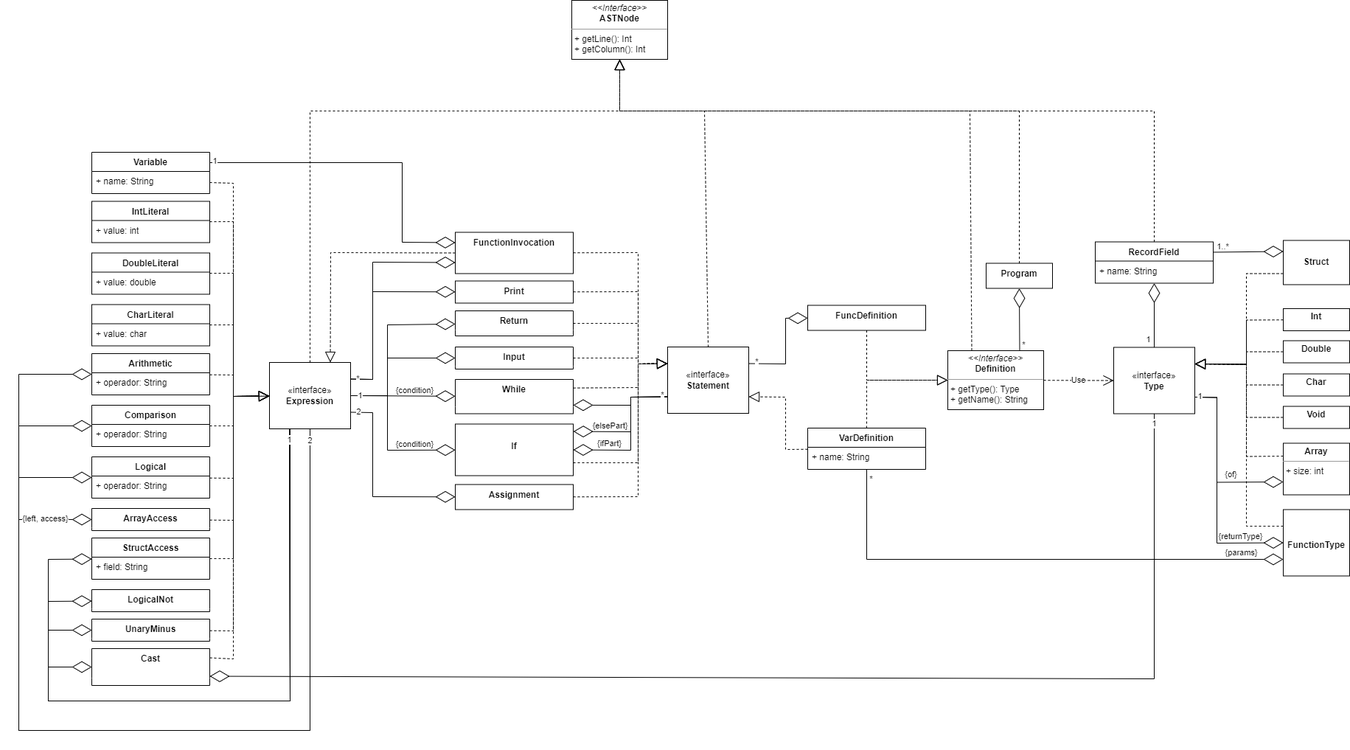
Above: documentation/DiagramaClases.png in AbelMH1/DLP_Lab (draw.io), before the change. Source tidied: cells renumbered, new cells last; positions are measured from the earlier drawing's top-left corner, leaving out a move shared by most shapes.
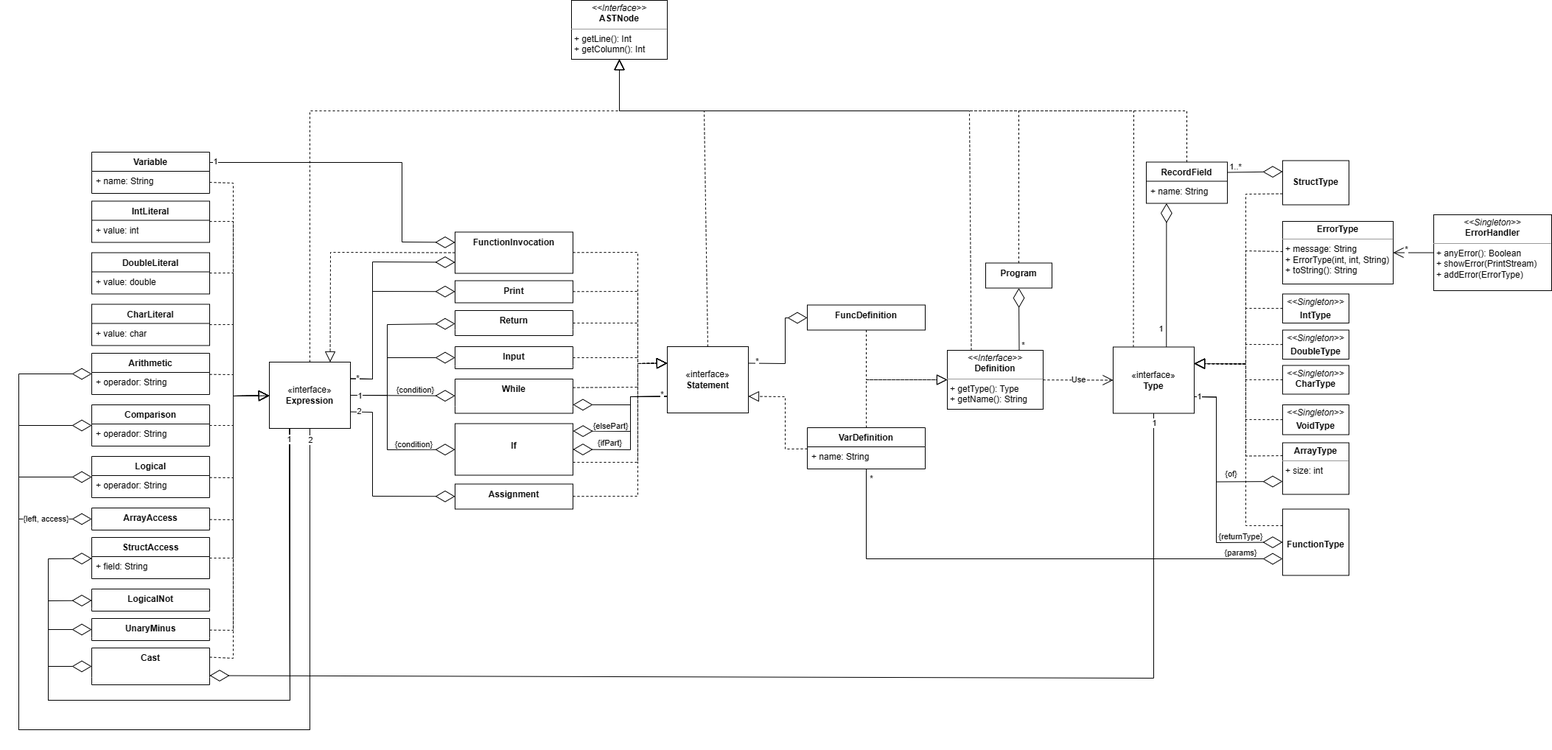
Later version of the same file.

Commit message:
Actualizado el diagrama de clases con el nuevo ErrorType y ErrorHandler

The edit, as a diff of the source:
```diff
@@ -157,25 +157,25 @@
         <mxPoint x="-1" as="offset" />
       </mxGeometry>
     </mxCell>
-    <mxCell id="30" value="&lt;p style=&quot;margin:0px;margin-top:4px;text-align:center;&quot;&gt;&lt;b style=&quot;border-color: var(--border-color);&quot;&gt;Void&lt;/b&gt;&lt;br&gt;&lt;/p&gt;" style="verticalAlign=top;align=left;overflow=fill;fontSize=12;fontFamily=Helvetica;html=1;whiteSpace=wrap;" parent="1" vertex="1">
-      <mxGeometry x="1715" y="550.5" width="90" height="30" as="geometry" />
+    <mxCell id="30" value="&lt;p style=&quot;margin:0px;margin-top:4px;text-align:center;&quot;&gt;&lt;b style=&quot;border-color: var(--border-color);&quot;&gt;&lt;i style=&quot;font-weight: 400;&quot;&gt;&amp;lt;&amp;lt;Singleton&amp;gt;&amp;gt;&lt;/i&gt;&lt;br&gt;&lt;/b&gt;&lt;/p&gt;&lt;p style=&quot;margin:0px;margin-top:4px;text-align:center;&quot;&gt;&lt;b style=&quot;border-color: var(--border-color);&quot;&gt;VoidType&lt;/b&gt;&lt;br&gt;&lt;/p&gt;" style="verticalAlign=top;align=left;overflow=fill;fontSize=12;fontFamily=Helvetica;html=1;whiteSpace=wrap;" parent="1" vertex="1">
+      <mxGeometry x="1715" y="549" width="90" height="40.5" as="geometry" />
     </mxCell>
-    <mxCell id="31" value="&lt;p style=&quot;margin:0px;margin-top:4px;text-align:center;&quot;&gt;&lt;b&gt;Int&lt;/b&gt;&lt;/p&gt;&lt;p style=&quot;margin:0px;margin-left:4px;&quot;&gt;&lt;br&gt;&lt;/p&gt;" style="verticalAlign=top;align=left;overflow=fill;fontSize=12;fontFamily=Helvetica;html=1;whiteSpace=wrap;" parent="1" vertex="1">
-      <mxGeometry x="1715" y="418" width="90" height="30" as="geometry" />
+    <mxCell id="31" value="&lt;p style=&quot;margin:0px;margin-top:4px;text-align:center;&quot;&gt;&lt;i&gt;&amp;lt;&amp;lt;Singleton&amp;gt;&amp;gt;&lt;/i&gt;&lt;b&gt;&lt;br&gt;&lt;/b&gt;&lt;/p&gt;&lt;p style=&quot;margin:0px;margin-top:4px;text-align:center;&quot;&gt;&lt;b&gt;IntType&lt;/b&gt;&lt;/p&gt;&lt;p style=&quot;margin:0px;margin-left:4px;&quot;&gt;&lt;br&gt;&lt;/p&gt;" style="verticalAlign=top;align=left;overflow=fill;fontSize=12;fontFamily=Helvetica;html=1;whiteSpace=wrap;" parent="1" vertex="1">
+      <mxGeometry x="1715" y="398.5" width="90" height="39.5" as="geometry" />
     </mxCell>
-    <mxCell id="32" value="&lt;p style=&quot;margin:0px;margin-top:4px;text-align:center;&quot;&gt;&lt;b&gt;D&lt;/b&gt;&lt;b style=&quot;background-color: initial;&quot;&gt;ouble&lt;/b&gt;&lt;/p&gt;" style="verticalAlign=top;align=left;overflow=fill;fontSize=12;fontFamily=Helvetica;html=1;whiteSpace=wrap;" parent="1" vertex="1">
-      <mxGeometry x="1715" y="461.5" width="90" height="30" as="geometry" />
+    <mxCell id="32" value="&lt;p style=&quot;margin:0px;margin-top:4px;text-align:center;&quot;&gt;&lt;i&gt;&amp;lt;&amp;lt;Singleton&amp;gt;&amp;gt;&lt;/i&gt;&lt;b&gt;&lt;br&gt;&lt;/b&gt;&lt;/p&gt;&lt;p style=&quot;margin:0px;margin-top:4px;text-align:center;&quot;&gt;&lt;b&gt;D&lt;/b&gt;&lt;b style=&quot;background-color: initial;&quot;&gt;oubleType&lt;/b&gt;&lt;/p&gt;" style="verticalAlign=top;align=left;overflow=fill;fontSize=12;fontFamily=Helvetica;html=1;whiteSpace=wrap;" parent="1" vertex="1">
+      <mxGeometry x="1715" y="447.5" width="90" height="39.5" as="geometry" />
     </mxCell>
-    <mxCell id="33" value="&lt;p style=&quot;margin:0px;margin-top:4px;text-align:center;&quot;&gt;&lt;b&gt;Array&lt;/b&gt;&lt;/p&gt;&lt;hr size=&quot;1&quot;&gt;&lt;p style=&quot;margin:0px;margin-left:4px;&quot;&gt;+ size: int&lt;/p&gt;" style="verticalAlign=top;align=left;overflow=fill;fontSize=12;fontFamily=Helvetica;html=1;whiteSpace=wrap;" parent="1" vertex="1">
+    <mxCell id="33" value="&lt;p style=&quot;margin:0px;margin-top:4px;text-align:center;&quot;&gt;&lt;b&gt;ArrayType&lt;/b&gt;&lt;/p&gt;&lt;hr size=&quot;1&quot;&gt;&lt;p style=&quot;margin:0px;margin-left:4px;&quot;&gt;+ size: int&lt;/p&gt;" style="verticalAlign=top;align=left;overflow=fill;fontSize=12;fontFamily=Helvetica;html=1;whiteSpace=wrap;" parent="1" vertex="1">
       <mxGeometry x="1715" y="600.5" width="90" height="70" as="geometry" />
     </mxCell>
-    <mxCell id="34" value="&lt;p style=&quot;margin:0px;margin-top:4px;text-align:center;&quot;&gt;&lt;b&gt;&lt;br&gt;&lt;/b&gt;&lt;/p&gt;&lt;p style=&quot;margin:0px;margin-top:4px;text-align:center;&quot;&gt;&lt;b&gt;Struct&lt;/b&gt;&lt;/p&gt;" style="verticalAlign=top;align=left;overflow=fill;fontSize=12;fontFamily=Helvetica;html=1;whiteSpace=wrap;" parent="1" vertex="1">
-      <mxGeometry x="1715" y="325.5" width="90" height="60" as="geometry" />
+    <mxCell id="34" value="&lt;p style=&quot;margin:0px;margin-top:4px;text-align:center;&quot;&gt;&lt;b&gt;&lt;br&gt;&lt;/b&gt;&lt;/p&gt;&lt;p style=&quot;margin:0px;margin-top:4px;text-align:center;&quot;&gt;&lt;b&gt;StructType&lt;/b&gt;&lt;/p&gt;" style="verticalAlign=top;align=left;overflow=fill;fontSize=12;fontFamily=Helvetica;html=1;whiteSpace=wrap;" parent="1" vertex="1">
+      <mxGeometry x="1715" y="217.5" width="90" height="60" as="geometry" />
     </mxCell>
     <mxCell id="35" style="endArrow=block;dashed=1;endFill=0;endSize=12;html=1;rounded=0;entryX=1;entryY=0.25;entryDx=0;entryDy=0;" parent="1" edge="1" source="31" target="6">
       <mxGeometry relative="1" as="geometry">
         <Array as="points">
-          <mxPoint x="1665" y="433.5" />
+          <mxPoint x="1665" y="418" />
           <mxPoint x="1665" y="493.5" />
         </Array>
       </mxGeometry>
@@ -183,7 +183,7 @@
     <mxCell id="36" style="endArrow=block;dashed=1;endFill=0;endSize=12;html=1;rounded=0;entryX=1;entryY=0.25;entryDx=0;entryDy=0;" parent="1" edge="1" source="32" target="6">
       <mxGeometry relative="1" as="geometry">
         <Array as="points">
-          <mxPoint x="1665" y="476.5" />
+          <mxPoint x="1665" y="467" />
           <mxPoint x="1665" y="493.5" />
         </Array>
       </mxGeometry>
@@ -191,7 +191,7 @@
     <mxCell id="37" style="endArrow=block;dashed=1;endFill=0;endSize=12;html=1;rounded=0;entryX=1;entryY=0.25;entryDx=0;entryDy=0;" parent="1" edge="1" source="30" target="6">
       <mxGeometry relative="1" as="geometry">
         <Array as="points">
-          <mxPoint x="1665" y="565.5" />
+          <mxPoint x="1665" y="569" />
           <mxPoint x="1665" y="493.5" />
         </Array>
       </mxGeometry>
@@ -304,7 +304,7 @@
     <mxCell id="53" style="endArrow=block;dashed=1;endFill=0;endSize=12;html=1;rounded=0;exitX=0;exitY=0.75;exitDx=0;exitDy=0;entryX=1;entryY=0.25;entryDx=0;entryDy=0;" parent="1" edge="1" source="34" target="6">
       <mxGeometry relative="1" as="geometry">
         <Array as="points">
-          <mxPoint x="1665" y="370.5" />
+          <mxPoint x="1665" y="263" />
           <mxPoint x="1665" y="493.5" />
         </Array>
       </mxGeometry>
@@ -557,8 +557,8 @@
         <mxPoint x="2" y="-2" as="offset" />
       </mxGeometry>
     </mxCell>
-    <mxCell id="104" value="&lt;p style=&quot;margin:0px;margin-top:4px;text-align:center;&quot;&gt;&lt;/p&gt;&lt;b style=&quot;border-color: var(--border-color);&quot;&gt;&lt;div style=&quot;text-align: center;&quot;&gt;&lt;b style=&quot;background-color: initial; border-color: var(--border-color);&quot;&gt;Char&lt;/b&gt;&lt;/div&gt;&lt;/b&gt;" style="verticalAlign=top;align=left;overflow=fill;fontSize=12;fontFamily=Helvetica;html=1;whiteSpace=wrap;" parent="1" vertex="1">
-      <mxGeometry x="1715" y="506.5" width="90" height="30" as="geometry" />
+    <mxCell id="104" value="&lt;p style=&quot;margin:0px;margin-top:4px;text-align:center;&quot;&gt;&lt;/p&gt;&lt;b style=&quot;border-color: var(--border-color);&quot;&gt;&lt;div style=&quot;text-align: center;&quot;&gt;&lt;b style=&quot;background-color: initial; border-color: var(--border-color);&quot;&gt;&lt;i style=&quot;font-weight: 400;&quot;&gt;&amp;lt;&amp;lt;Singleton&amp;gt;&amp;gt;&lt;/i&gt;&lt;br&gt;&lt;/b&gt;&lt;/div&gt;&lt;div style=&quot;text-align: center;&quot;&gt;&lt;b style=&quot;background-color: initial; border-color: var(--border-color);&quot;&gt;CharType&lt;/b&gt;&lt;/div&gt;&lt;/b&gt;" style="verticalAlign=top;align=left;overflow=fill;fontSize=12;fontFamily=Helvetica;html=1;whiteSpace=wrap;" parent="1" vertex="1">
+      <mxGeometry x="1715" y="495.5" width="90" height="39" as="geometry" />
     </mxCell>
     <mxCell id="105" style="endArrow=diamondThin;endFill=0;endSize=24;html=1;rounded=0;entryX=0;entryY=0.75;entryDx=0;entryDy=0;exitX=1;exitY=0.75;exitDx=0;exitDy=0;" parent="1" edge="1" source="6" target="33">
       <mxGeometry relative="1" as="geometry">
@@ -620,12 +620,12 @@
       </mxGeometry>
     </mxCell>
     <mxCell id="115" value="RecordField" style="swimlane;fontStyle=1;align=center;verticalAlign=top;horizontal=1;startSize=26;whiteSpace=wrap;html=1;" parent="1" vertex="1">
-      <mxGeometry x="1460" y="327.5" width="160" height="56" as="geometry" />
+      <mxGeometry x="1530" y="219.5" width="110" height="56" as="geometry" />
     </mxCell>
     <mxCell id="116" value="+ name: String" style="text;strokeColor=none;fillColor=none;align=left;verticalAlign=top;spacingLeft=4;spacingRight=4;overflow=hidden;points=[[0,0.5],[1,0.5]];portConstraint=eastwest;whiteSpace=wrap;html=1;" parent="115" vertex="1">
-      <mxGeometry y="26" width="160" height="30" as="geometry" />
+      <mxGeometry y="26" width="110" height="30" as="geometry" />
     </mxCell>
-    <mxCell id="117" style="endArrow=diamondThin;endFill=0;endSize=24;html=1;rounded=0;" parent="1" edge="1" source="6" target="115">
+    <mxCell id="117" style="endArrow=diamondThin;endFill=0;endSize=24;html=1;rounded=0;entryX=0.249;entryY=0.997;entryDx=0;entryDy=0;entryPerimeter=0;exitX=0.657;exitY=-0.002;exitDx=0;exitDy=0;exitPerimeter=0;" parent="1" edge="1" source="6" target="116">
       <mxGeometry relative="1" as="geometry" />
     </mxCell>
     <mxCell id="118" value="1" style="edgeLabel;html=1;align=center;verticalAlign=middle;" parent="117" vertex="1">
@@ -711,7 +711,7 @@
     <mxCell id="129" style="endArrow=block;dashed=1;endFill=0;endSize=12;html=1;rounded=0;entryX=1;entryY=0.25;entryDx=0;entryDy=0;" parent="1" edge="1" source="104" target="6">
       <mxGeometry relative="1" as="geometry">
         <Array as="points">
-          <mxPoint x="1665" y="521.5" />
+          <mxPoint x="1665" y="515" />
           <mxPoint x="1665" y="493.5" />
         </Array>
       </mxGeometry>
@@ -719,10 +719,40 @@
     <mxCell id="130" style="endArrow=block;dashed=1;endFill=0;endSize=12;html=1;rounded=0;exitX=0.5;exitY=0;exitDx=0;exitDy=0;entryX=0.5;entryY=1;entryDx=0;entryDy=0;" parent="1" edge="1" source="115" target="19">
       <mxGeometry relative="1" as="geometry">
         <Array as="points">
-          <mxPoint x="1540" y="150" />
+          <mxPoint x="1585" y="150" />
           <mxPoint x="815" y="150" />
         </Array>
       </mxGeometry>
     </mxCell>
+    <mxCell id="131" value="&lt;p style=&quot;margin:0px;margin-top:4px;text-align:center;&quot;&gt;&lt;b&gt;ErrorType&lt;/b&gt;&lt;/p&gt;&lt;hr size=&quot;1&quot;&gt;&lt;p style=&quot;margin:0px;margin-left:4px;&quot;&gt;+ message: String&lt;/p&gt;&lt;p style=&quot;margin:0px;margin-left:4px;&quot;&gt;+ ErrorType(int, int, String)&lt;/p&gt;&lt;p style=&quot;margin:0px;margin-left:4px;&quot;&gt;+ toString(): String&lt;/p&gt;" style="verticalAlign=top;align=left;overflow=fill;fontSize=12;fontFamily=Helvetica;html=1;whiteSpace=wrap;" parent="1" vertex="1">
+      <mxGeometry x="1715" y="300" width="150" height="85" as="geometry" />
+    </mxCell>
+    <mxCell id="132" value="&lt;p style=&quot;margin:0px;margin-top:4px;text-align:center;&quot;&gt;&lt;i&gt;&amp;lt;&amp;lt;Singleton&amp;gt;&amp;gt;&lt;/i&gt;&lt;br&gt;&lt;b style=&quot;border-color: var(--border-color);&quot;&gt;ErrorHandler&lt;/b&gt;&lt;br&gt;&lt;/p&gt;&lt;hr size=&quot;1&quot;&gt;&lt;p style=&quot;margin:0px;margin-left:4px;&quot;&gt;+ anyError(): Boolean&lt;br&gt;+ showError(PrintStream)&lt;/p&gt;&lt;p style=&quot;margin:0px;margin-left:4px;&quot;&gt;+ addError(ErrorType)&lt;/p&gt;" style="verticalAlign=top;align=left;overflow=fill;fontSize=12;fontFamily=Helvetica;html=1;whiteSpace=wrap;" parent="1" vertex="1">
+      <mxGeometry x="1920" y="291" width="160" height="103" as="geometry" />
+    </mxCell>
+    <mxCell id="133" style="endArrow=open;endFill=1;endSize=12;html=1;rounded=0;" parent="1" edge="1" source="132" target="131">
+      <mxGeometry relative="1" as="geometry" />
+    </mxCell>
+    <mxCell id="134" value="*" style="edgeLabel;html=1;align=center;verticalAlign=middle;" parent="133" vertex="1">
+      <mxGeometry x="0.6" y="1" relative="1" as="geometry">
+        <mxPoint x="6" y="-6" as="offset" />
+      </mxGeometry>
+    </mxCell>
+    <mxCell id="135" style="endArrow=block;dashed=1;endFill=0;endSize=12;html=1;rounded=0;exitX=0.25;exitY=0;exitDx=0;exitDy=0;" parent="1" edge="1" source="6" target="19">
+      <mxGeometry relative="1" as="geometry">
+        <Array as="points">
+          <mxPoint x="1513" y="150" />
+          <mxPoint x="815" y="150" />
+        </Array>
+      </mxGeometry>
+    </mxCell>
+    <mxCell id="136" style="endArrow=block;dashed=1;endFill=0;endSize=12;html=1;rounded=0;entryX=1;entryY=0.25;entryDx=0;entryDy=0;" parent="1" edge="1" source="131" target="6">
+      <mxGeometry relative="1" as="geometry">
+        <Array as="points">
+          <mxPoint x="1665" y="340" />
+          <mxPoint x="1665" y="493" />
+        </Array>
+      </mxGeometry>
+    </mxCell>
   </root>
 </mxGraphModel>
```
